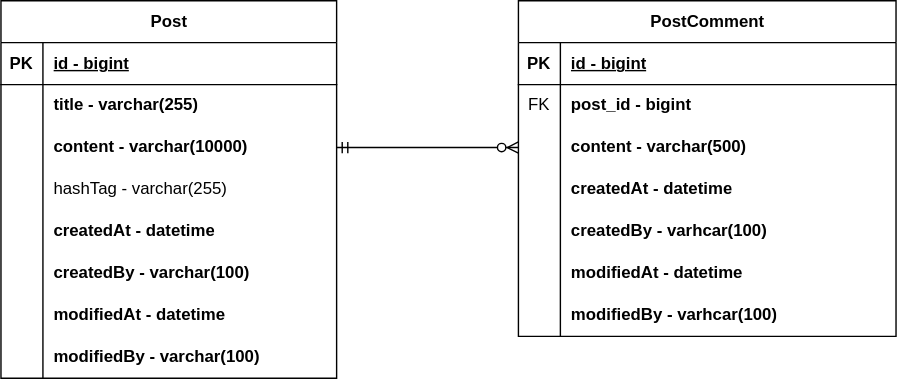
Above: document/project-forum-erd.svg in smileLoopy/eunah-project-forum (draw.io), before the change. Source tidied: cells renumbered, new cells last; positions are measured from the earlier drawing's top-left corner, leaving out a move shared by most shapes.
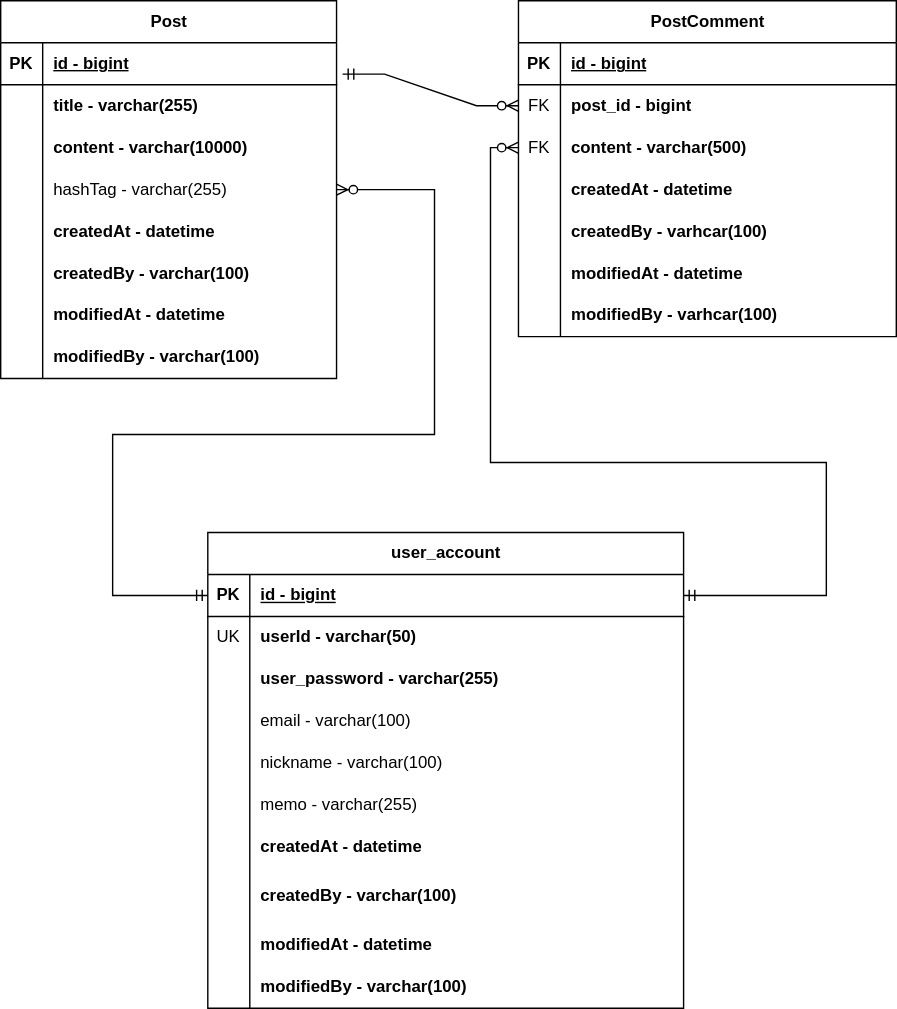
Later version of the same file.

Commit message:
#16- Add user_account

What changed in the source:
```diff
@@ -101,7 +101,7 @@
     <mxCell id="34" style="shape=tableRow;horizontal=0;startSize=0;swimlaneHead=0;swimlaneBody=0;fillColor=none;points=[[0,0.5],[1,0.5]];portConstraint=eastwest;top=0;left=0;right=0;bottom=0;" parent="27" vertex="1">
       <mxGeometry y="90" width="270" height="30" as="geometry" />
     </mxCell>
-    <mxCell id="35" style="shape=partialRectangle;fillColor=none;top=0;left=0;bottom=0;right=0;overflow=hidden;whiteSpace=wrap;html=1;" parent="34" vertex="1">
+    <mxCell id="35" value="FK" style="shape=partialRectangle;fillColor=none;top=0;left=0;bottom=0;right=0;overflow=hidden;whiteSpace=wrap;html=1;" parent="34" vertex="1">
       <mxGeometry width="30" height="30" as="geometry" />
     </mxCell>
     <mxCell id="36" value="content - varchar(500)" style="shape=partialRectangle;fillColor=none;top=0;left=0;bottom=0;right=0;align=left;spacingLeft=6;overflow=hidden;whiteSpace=wrap;html=1;fontStyle=1;" parent="34" vertex="1">
@@ -143,8 +143,121 @@
     <mxCell id="48" value="modifiedBy - varhcar(100)" style="shape=partialRectangle;fillColor=none;top=0;left=0;bottom=0;right=0;align=left;spacingLeft=6;overflow=hidden;whiteSpace=wrap;html=1;fontStyle=1;" parent="46" vertex="1">
       <mxGeometry x="30" width="240" height="30" as="geometry" />
     </mxCell>
-    <mxCell id="49" style="edgeStyle=entityRelationEdgeStyle;fontSize=12;html=1;endArrow=ERzeroToMany;startArrow=ERmandOne;rounded=0;exitX=1;exitY=0.5;exitDx=0;exitDy=0;" parent="1" edge="1" source="9" target="34">
+    <mxCell id="49" style="edgeStyle=entityRelationEdgeStyle;fontSize=12;html=1;endArrow=ERzeroToMany;startArrow=ERmandOne;rounded=0;exitX=1.018;exitY=0.748;exitDx=0;exitDy=0;exitPerimeter=0;entryX=0;entryY=0.5;entryDx=0;entryDy=0;" parent="1" edge="1" source="3" target="31">
       <mxGeometry relative="1" as="geometry" />
     </mxCell>
+    <mxCell id="50" value="user_account" style="shape=table;startSize=30;rowLines=0;fontStyle=1;align=center;html=1;" parent="1" vertex="1">
+      <mxGeometry x="148" y="380" width="340" height="340" as="geometry" />
+    </mxCell>
+    <mxCell id="51" style="shape=tableRow;horizontal=0;startSize=0;swimlaneHead=0;swimlaneBody=0;fillColor=none;points=[[0,0.5],[1,0.5]];portConstraint=eastwest;top=0;left=0;right=0;bottom=1;" parent="50" vertex="1">
+      <mxGeometry y="30" width="340" height="30" as="geometry" />
+    </mxCell>
+    <mxCell id="52" value="PK" style="shape=partialRectangle;fillColor=none;top=0;left=0;bottom=0;right=0;fontStyle=1;overflow=hidden;whiteSpace=wrap;html=1;" parent="51" vertex="1">
+      <mxGeometry width="30" height="30" as="geometry" />
+    </mxCell>
+    <mxCell id="53" value="id - bigint" style="shape=partialRectangle;fillColor=none;top=0;left=0;bottom=0;right=0;align=left;spacingLeft=6;fontStyle=5;overflow=hidden;whiteSpace=wrap;html=1;" parent="51" vertex="1">
+      <mxGeometry x="30" width="310" height="30" as="geometry" />
+    </mxCell>
+    <mxCell id="54" style="shape=tableRow;horizontal=0;startSize=0;swimlaneHead=0;swimlaneBody=0;fillColor=none;top=0;left=0;right=0;bottom=0;" parent="50" vertex="1">
+      <mxGeometry y="60" width="340" height="30" as="geometry" />
+    </mxCell>
+    <mxCell id="55" value="UK" style="shape=partialRectangle;fillColor=none;top=0;left=0;bottom=0;right=0;overflow=hidden;whiteSpace=wrap;html=1;" parent="54" vertex="1">
+      <mxGeometry width="30" height="30" as="geometry" />
+    </mxCell>
+    <mxCell id="56" value="userId - varchar(50)" style="shape=partialRectangle;fillColor=none;top=0;left=0;bottom=0;right=0;align=left;spacingLeft=6;overflow=hidden;whiteSpace=wrap;html=1;fontStyle=1;" parent="54" vertex="1">
+      <mxGeometry x="30" width="310" height="30" as="geometry" />
+    </mxCell>
+    <mxCell id="57" style="shape=tableRow;horizontal=0;startSize=0;swimlaneHead=0;swimlaneBody=0;fillColor=none;top=0;left=0;right=0;bottom=0;" parent="50" vertex="1">
+      <mxGeometry y="90" width="340" height="30" as="geometry" />
+    </mxCell>
+    <mxCell id="58" style="shape=partialRectangle;fillColor=none;top=0;left=0;bottom=0;right=0;overflow=hidden;whiteSpace=wrap;html=1;" parent="57" vertex="1">
+      <mxGeometry width="30" height="30" as="geometry" />
+    </mxCell>
+    <mxCell id="59" value="user_password - varchar(255)" style="shape=partialRectangle;fillColor=none;top=0;left=0;bottom=0;right=0;align=left;spacingLeft=6;overflow=hidden;whiteSpace=wrap;html=1;fontStyle=1;" parent="57" vertex="1">
+      <mxGeometry x="30" width="310" height="30" as="geometry" />
+    </mxCell>
+    <mxCell id="60" style="shape=tableRow;horizontal=0;startSize=0;swimlaneHead=0;swimlaneBody=0;fillColor=none;top=0;left=0;right=0;bottom=0;" parent="50" vertex="1">
+      <mxGeometry y="120" width="340" height="30" as="geometry" />
+    </mxCell>
+    <mxCell id="61" style="shape=partialRectangle;fillColor=none;top=0;left=0;bottom=0;right=0;overflow=hidden;whiteSpace=wrap;html=1;" parent="60" vertex="1">
+      <mxGeometry width="30" height="30" as="geometry" />
+    </mxCell>
+    <mxCell id="62" value="email - varchar(100)" style="shape=partialRectangle;fillColor=none;top=0;left=0;bottom=0;right=0;align=left;spacingLeft=6;overflow=hidden;whiteSpace=wrap;html=1;fontStyle=0;" parent="60" vertex="1">
+      <mxGeometry x="30" width="310" height="30" as="geometry" />
+    </mxCell>
+    <mxCell id="63" style="shape=tableRow;horizontal=0;startSize=0;swimlaneHead=0;swimlaneBody=0;fillColor=none;top=0;left=0;right=0;bottom=0;" parent="50" vertex="1">
+      <mxGeometry y="150" width="340" height="30" as="geometry" />
+    </mxCell>
+    <mxCell id="64" style="shape=partialRectangle;fillColor=none;top=0;left=0;bottom=0;right=0;overflow=hidden;whiteSpace=wrap;html=1;" parent="63" vertex="1">
+      <mxGeometry width="30" height="30" as="geometry" />
+    </mxCell>
+    <mxCell id="65" value="nickname - varchar(100)" style="shape=partialRectangle;fillColor=none;top=0;left=0;bottom=0;right=0;align=left;spacingLeft=6;overflow=hidden;whiteSpace=wrap;html=1;fontStyle=0;" parent="63" vertex="1">
+      <mxGeometry x="30" width="310" height="30" as="geometry" />
+    </mxCell>
+    <mxCell id="66" style="shape=tableRow;horizontal=0;startSize=0;swimlaneHead=0;swimlaneBody=0;fillColor=none;top=0;left=0;right=0;bottom=0;" parent="50" vertex="1">
+      <mxGeometry y="180" width="340" height="30" as="geometry" />
+    </mxCell>
+    <mxCell id="67" style="shape=partialRectangle;fillColor=none;top=0;left=0;bottom=0;right=0;overflow=hidden;whiteSpace=wrap;html=1;" parent="66" vertex="1">
+      <mxGeometry width="30" height="30" as="geometry" />
+    </mxCell>
+    <mxCell id="68" value="memo - varchar(255)" style="shape=partialRectangle;fillColor=none;top=0;left=0;bottom=0;right=0;align=left;spacingLeft=6;overflow=hidden;whiteSpace=wrap;html=1;fontStyle=0;" parent="66" vertex="1">
+      <mxGeometry x="30" width="310" height="30" as="geometry" />
+    </mxCell>
+    <mxCell id="69" style="shape=tableRow;horizontal=0;startSize=0;swimlaneHead=0;swimlaneBody=0;fillColor=none;top=0;left=0;right=0;bottom=0;" parent="50" vertex="1">
+      <mxGeometry y="210" width="340" height="30" as="geometry" />
+    </mxCell>
+    <mxCell id="70" style="shape=partialRectangle;fillColor=none;top=0;left=0;bottom=0;right=0;overflow=hidden;whiteSpace=wrap;html=1;" parent="69" vertex="1">
+      <mxGeometry width="30" height="30" as="geometry" />
+    </mxCell>
+    <mxCell id="71" value="createdAt - datetime" style="shape=partialRectangle;fillColor=none;top=0;left=0;bottom=0;right=0;align=left;spacingLeft=6;overflow=hidden;whiteSpace=wrap;html=1;fontStyle=1;" parent="69" vertex="1">
+      <mxGeometry x="30" width="310" height="30" as="geometry" />
+    </mxCell>
+    <mxCell id="72" style="shape=tableRow;horizontal=0;startSize=0;swimlaneHead=0;swimlaneBody=0;fillColor=none;top=0;left=0;right=0;bottom=0;" parent="50" vertex="1">
+      <mxGeometry y="240" width="340" height="40" as="geometry" />
+    </mxCell>
+    <mxCell id="73" style="shape=partialRectangle;fillColor=none;top=0;left=0;bottom=0;right=0;overflow=hidden;whiteSpace=wrap;html=1;" parent="72" vertex="1">
+      <mxGeometry width="30" height="40" as="geometry" />
+    </mxCell>
+    <mxCell id="74" value="createdBy - varchar(100)" style="shape=partialRectangle;fillColor=none;top=0;left=0;bottom=0;right=0;align=left;spacingLeft=6;overflow=hidden;whiteSpace=wrap;html=1;fontStyle=1;" parent="72" vertex="1">
+      <mxGeometry x="30" width="310" height="40" as="geometry" />
+    </mxCell>
+    <mxCell id="75" style="shape=tableRow;horizontal=0;startSize=0;swimlaneHead=0;swimlaneBody=0;fillColor=none;top=0;left=0;right=0;bottom=0;" parent="50" vertex="1">
+      <mxGeometry y="280" width="340" height="30" as="geometry" />
+    </mxCell>
+    <mxCell id="76" style="shape=partialRectangle;fillColor=none;top=0;left=0;bottom=0;right=0;overflow=hidden;whiteSpace=wrap;html=1;" parent="75" vertex="1">
+      <mxGeometry width="30" height="30" as="geometry" />
+    </mxCell>
+    <mxCell id="77" value="modifiedAt - datetime" style="shape=partialRectangle;fillColor=none;top=0;left=0;bottom=0;right=0;align=left;spacingLeft=6;overflow=hidden;whiteSpace=wrap;html=1;fontStyle=1;" parent="75" vertex="1">
+      <mxGeometry x="30" width="310" height="30" as="geometry" />
+    </mxCell>
+    <mxCell id="78" style="shape=tableRow;horizontal=0;startSize=0;swimlaneHead=0;swimlaneBody=0;fillColor=none;top=0;left=0;right=0;bottom=0;" parent="50" vertex="1">
+      <mxGeometry y="310" width="340" height="30" as="geometry" />
+    </mxCell>
+    <mxCell id="79" style="shape=partialRectangle;fillColor=none;top=0;left=0;bottom=0;right=0;overflow=hidden;whiteSpace=wrap;html=1;" parent="78" vertex="1">
+      <mxGeometry width="30" height="30" as="geometry" />
+    </mxCell>
+    <mxCell id="80" value="modifiedBy - varchar(100)" style="shape=partialRectangle;fillColor=none;top=0;left=0;bottom=0;right=0;align=left;spacingLeft=6;overflow=hidden;whiteSpace=wrap;html=1;fontStyle=1;" parent="78" vertex="1">
+      <mxGeometry x="30" width="310" height="30" as="geometry" />
+    </mxCell>
+    <mxCell id="81" style="edgeStyle=orthogonalEdgeStyle;fontSize=12;html=1;endArrow=ERzeroToMany;startArrow=ERmandOne;rounded=0;exitX=0;exitY=0.5;exitDx=0;exitDy=0;" parent="1" edge="1" source="51" target="12">
+      <mxGeometry relative="1" as="geometry">
+        <Array as="points">
+          <mxPoint x="80" y="425" />
+          <mxPoint x="80" y="310" />
+          <mxPoint x="310" y="310" />
+          <mxPoint x="310" y="135" />
+        </Array>
+      </mxGeometry>
+    </mxCell>
+    <mxCell id="82" style="edgeStyle=orthogonalEdgeStyle;fontSize=12;html=1;endArrow=ERzeroToMany;startArrow=ERmandOne;rounded=0;entryX=0;entryY=0.5;entryDx=0;entryDy=0;exitX=1;exitY=0.5;exitDx=0;exitDy=0;" parent="1" edge="1" source="51" target="34">
+      <mxGeometry relative="1" as="geometry">
+        <Array as="points">
+          <mxPoint x="590" y="425" />
+          <mxPoint x="590" y="330" />
+          <mxPoint x="350" y="330" />
+          <mxPoint x="350" y="105" />
+        </Array>
+      </mxGeometry>
+    </mxCell>
   </root>
 </mxGraphModel>
```
